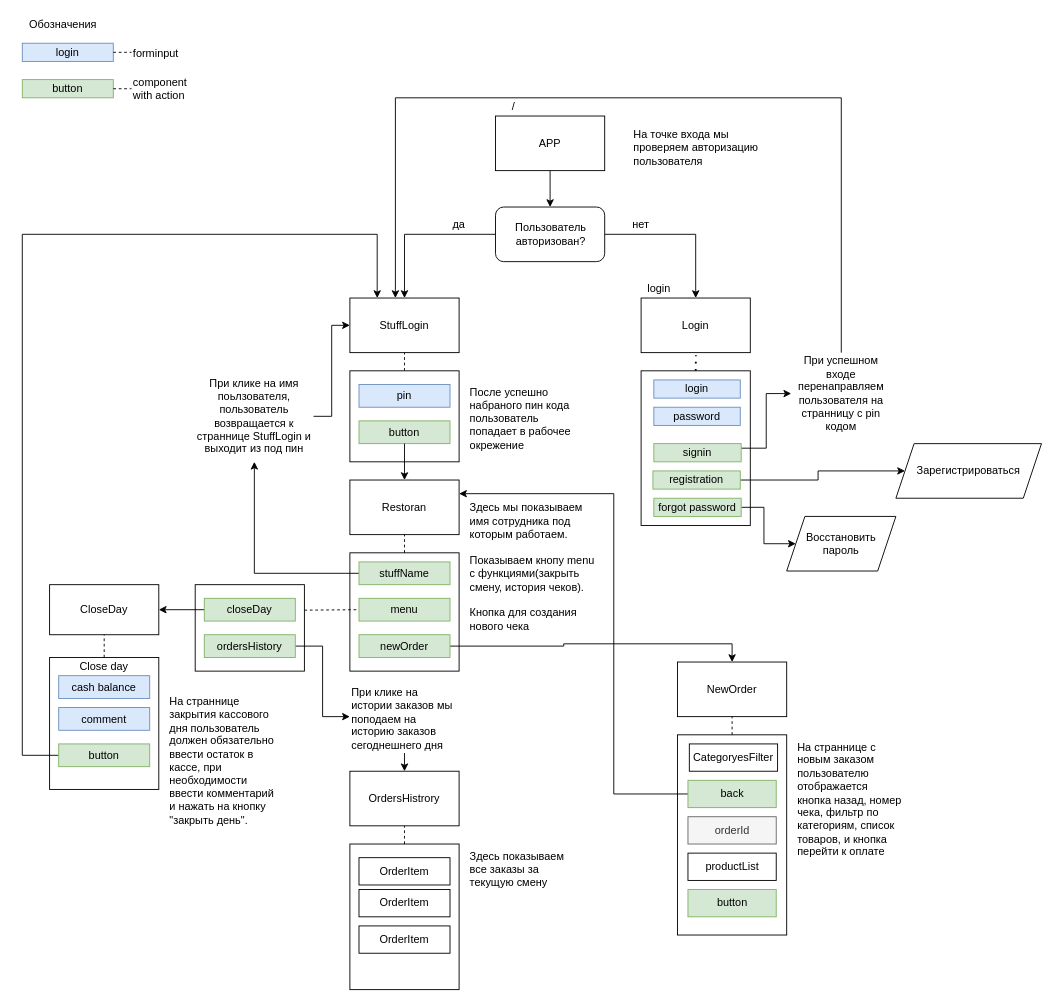
The draw.io diagram page "Scenarios" (1 of 2) of Untitled Diagram.drawio in carryex/pos_bar, before the edit. Source tidied: cells renumbered, new cells numbered last; positions are measured from the earlier drawing's top-left corner, leaving out a move shared by most shapes. Both pictures are drawn from the tidied source at 91%, with x=0, y=0 at pixel (22, 15).
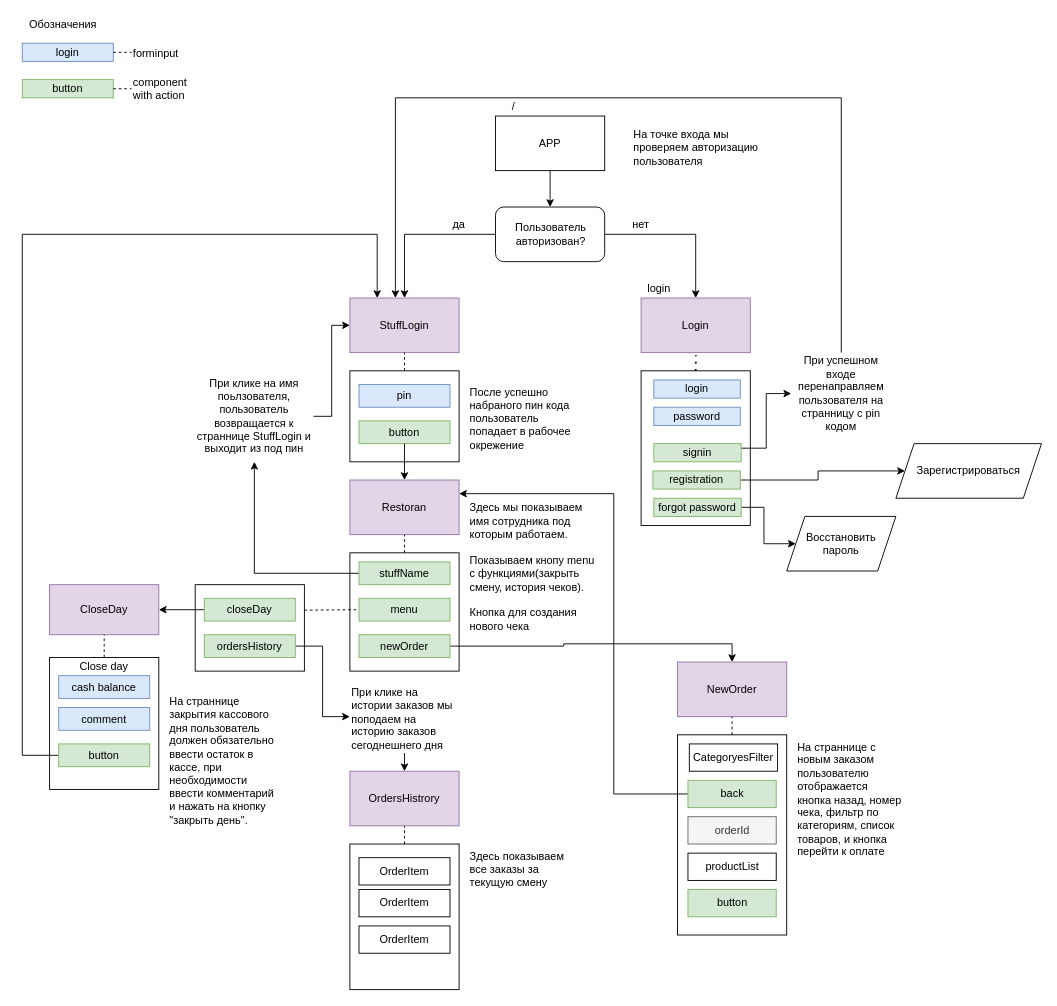
After the change.

The edit, as a diff of the source:
```diff
@@
-    <mxCell id="10" value="StuffLogin" style="rounded=0;whiteSpace=wrap;html=1;align=center;" parent="1" vertex="1">
+    <mxCell id="10" value="StuffLogin" style="rounded=0;whiteSpace=wrap;html=1;align=center;fillColor=#e1d5e7;strokeColor=#9673a6;" parent="1" vertex="1">
       <mxGeometry x="360" y="310" width="120" height="60" as="geometry" />
     </mxCell>
@@
-    <mxCell id="12" value="Login" style="rounded=0;whiteSpace=wrap;html=1;align=center;" parent="1" vertex="1">
+    <mxCell id="12" value="Login" style="rounded=0;whiteSpace=wrap;html=1;align=center;fillColor=#e1d5e7;strokeColor=#9673a6;" parent="1" vertex="1">
       <mxGeometry x="680" y="310" width="120" height="60" as="geometry" />
     </mxCell>
@@
-    <mxCell id="17" value="Restoran" style="rounded=0;whiteSpace=wrap;html=1;align=center;" parent="1" vertex="1">
+    <mxCell id="17" value="Restoran" style="rounded=0;whiteSpace=wrap;html=1;align=center;fillColor=#e1d5e7;strokeColor=#9673a6;" parent="1" vertex="1">
       <mxGeometry x="360" y="510" width="120" height="60" as="geometry" />
     </mxCell>
@@
-    <mxCell id="45" value="CloseDay" style="rounded=0;whiteSpace=wrap;html=1;align=center;" parent="1" vertex="1">
+    <mxCell id="45" value="CloseDay" style="rounded=0;whiteSpace=wrap;html=1;align=center;fillColor=#e1d5e7;strokeColor=#9673a6;" parent="1" vertex="1">
       <mxGeometry x="30" y="625" width="120" height="55" as="geometry" />
     </mxCell>
@@
-    <mxCell id="54" value="OrdersHistrory" style="rounded=0;whiteSpace=wrap;html=1;align=center;" parent="1" vertex="1">
+    <mxCell id="54" value="OrdersHistrory" style="rounded=0;whiteSpace=wrap;html=1;align=center;fillColor=#e1d5e7;strokeColor=#9673a6;" parent="1" vertex="1">
       <mxGeometry x="360" y="830" width="120" height="60" as="geometry" />
     </mxCell>
@@
-    <mxCell id="76" value="NewOrder" style="rounded=0;whiteSpace=wrap;html=1;align=center;" parent="1" vertex="1">
+    <mxCell id="76" value="NewOrder" style="rounded=0;whiteSpace=wrap;html=1;align=center;fillColor=#e1d5e7;strokeColor=#9673a6;" parent="1" vertex="1">
       <mxGeometry x="720" y="710" width="120" height="60" as="geometry" />
     </mxCell>
```
